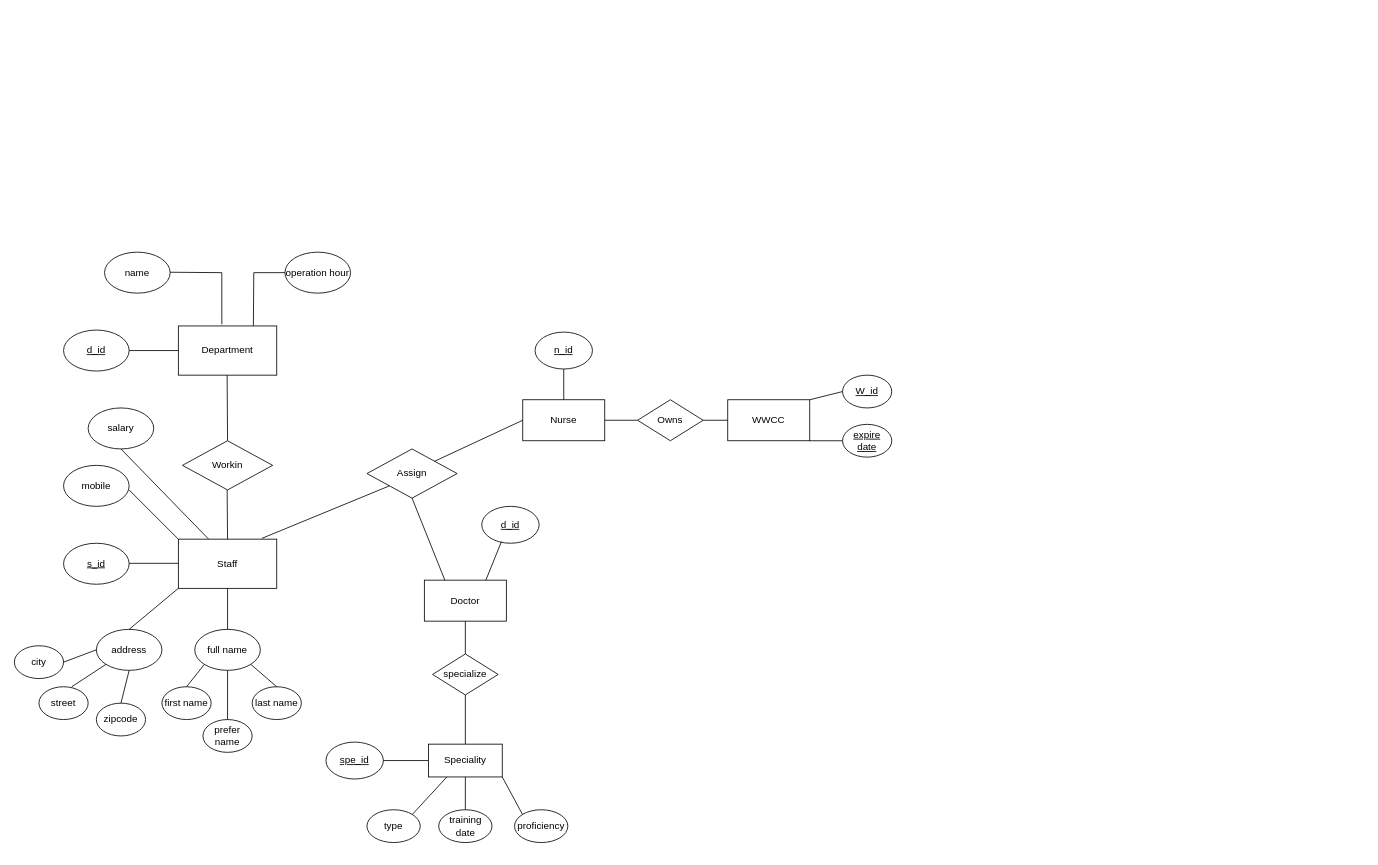
Above: COMP9120 Assignment 1 E-R diagram.drawio in Hu1999824/hello-world (draw.io), before the change. Source tidied: cells renumbered, new cells numbered last; positions are measured from the earlier drawing's top-left corner, leaving out a move shared by most shapes. Both pictures are drawn from the tidied source at 82%, with x=0, y=0 at pixel (14, 252).
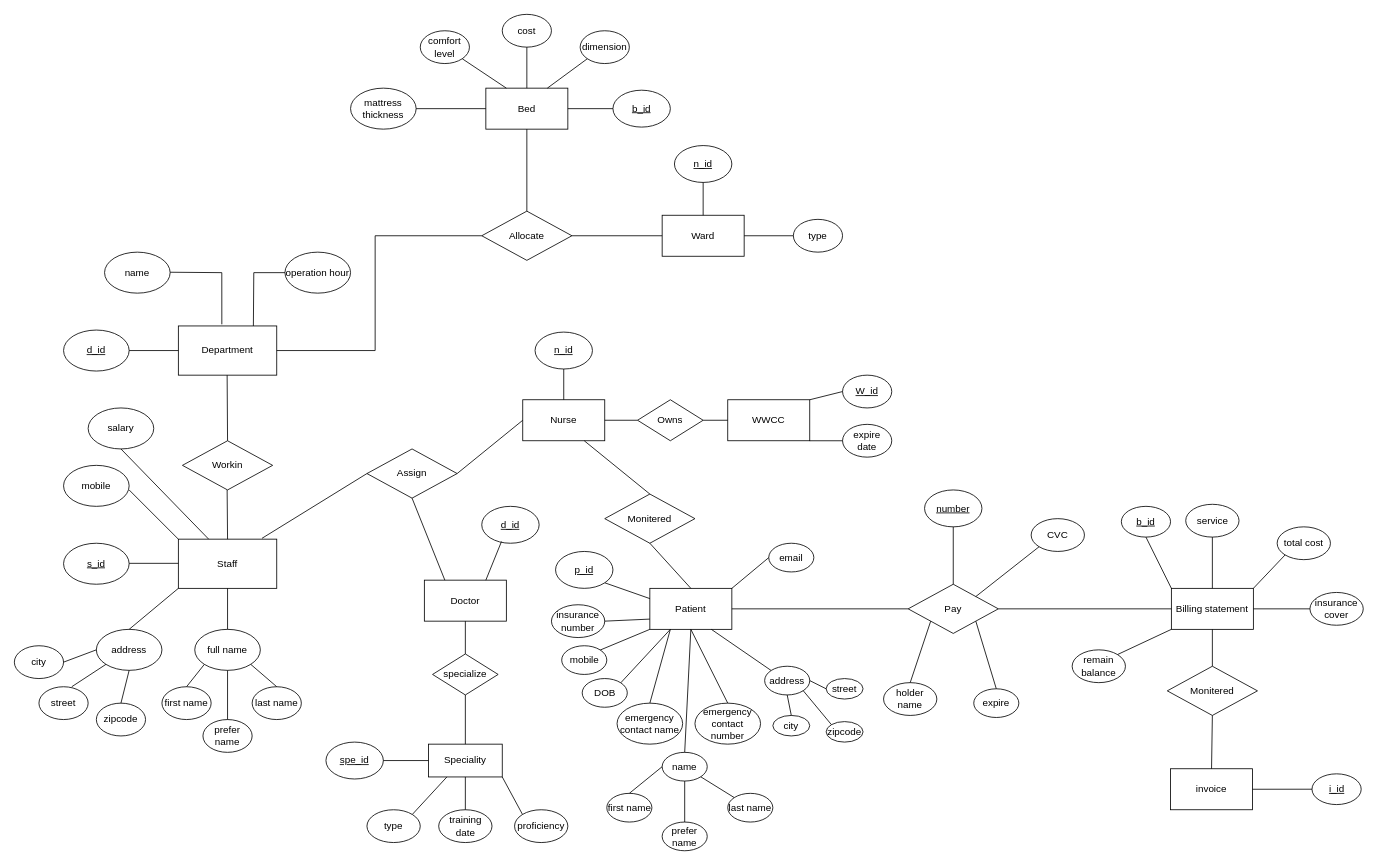
Above is the later version.

Unchanged cells that the change refers to:
```xml
<mxCell id="2" value="Department" style="rounded=0;whiteSpace=wrap;html=1;" parent="1" vertex="1">
  <mxGeometry x="200" y="90" width="120" height="60" as="geometry" />
</mxCell>
<mxCell id="9" value="Staff" style="rounded=0;whiteSpace=wrap;html=1;" parent="1" vertex="1">
  <mxGeometry x="200" y="350" width="120" height="60" as="geometry" />
</mxCell>
<mxCell id="35" value="Assign" style="rhombus;whiteSpace=wrap;html=1;" parent="1" vertex="1">
  <mxGeometry x="430" y="240" width="110" height="60" as="geometry" />
</mxCell>
<mxCell id="37" value="Nurse" style="rounded=0;whiteSpace=wrap;html=1;" parent="1" vertex="1">
  <mxGeometry x="620" y="180" width="100" height="50" as="geometry" />
</mxCell>
```

What changed in the source:
```diff
@@
-    <mxCell id="36" style="endArrow=none;html=1;rounded=0;entryX=0;entryY=1;entryDx=0;entryDy=0;exitX=0.85;exitY=-0.017;exitDx=0;exitDy=0;exitPerimeter=0;" parent="1" edge="1" source="9" target="35">
+    <mxCell id="36" style="endArrow=none;html=1;rounded=0;entryX=0;entryY=0.5;entryDx=0;entryDy=0;exitX=0.85;exitY=-0.017;exitDx=0;exitDy=0;exitPerimeter=0;" parent="1" edge="1" source="9" target="35">
       <mxGeometry relative="1" as="geometry" />
     </mxCell>
@@
-    <mxCell id="38" style="endArrow=none;html=1;rounded=0;entryX=0;entryY=0.5;entryDx=0;entryDy=0;exitX=1;exitY=0;exitDx=0;exitDy=0;" parent="1" edge="1" source="35" target="37">
+    <mxCell id="38" style="endArrow=none;html=1;rounded=0;entryX=0;entryY=0.5;entryDx=0;entryDy=0;exitX=1;exitY=0.5;exitDx=0;exitDy=0;" parent="1" edge="1" source="35" target="37">
       <mxGeometry relative="1" as="geometry" />
     </mxCell>
@@
-    <mxCell id="44" value="&lt;u&gt;expire date&lt;/u&gt;" style="ellipse;whiteSpace=wrap;html=1;" parent="1" vertex="1">
+    <mxCell id="44" value="expire date" style="ellipse;whiteSpace=wrap;html=1;" parent="1" vertex="1">
       <mxGeometry x="1010" y="210" width="60" height="40" as="geometry" />
     </mxCell>
@@
+    <mxCell id="65" value="Allocate" style="rhombus;whiteSpace=wrap;html=1;" parent="1" vertex="1">
+      <mxGeometry x="570" y="-50" width="110" height="60" as="geometry" />
+    </mxCell>
+    <mxCell id="66" style="endArrow=none;html=1;rounded=0;exitX=1;exitY=0.5;exitDx=0;exitDy=0;entryX=0;entryY=0.5;entryDx=0;entryDy=0;" parent="1" edge="1" source="2" target="65">
+      <mxGeometry relative="1" as="geometry">
+        <Array as="points">
+          <mxPoint x="440" y="120" />
+          <mxPoint x="440" y="-20" />
+        </Array>
+      </mxGeometry>
+    </mxCell>
+    <mxCell id="67" value="Ward" style="rounded=0;whiteSpace=wrap;html=1;" parent="1" vertex="1">
+      <mxGeometry x="790" y="-45" width="100" height="50" as="geometry" />
+    </mxCell>
+    <mxCell id="68" style="endArrow=none;html=1;rounded=0;exitX=1;exitY=0.5;exitDx=0;exitDy=0;entryX=0;entryY=0.5;entryDx=0;entryDy=0;" parent="1" edge="1" source="65" target="67">
+      <mxGeometry relative="1" as="geometry" />
+    </mxCell>
+    <mxCell id="69" value="&lt;u&gt;n_id&lt;/u&gt;" style="ellipse;whiteSpace=wrap;html=1;" parent="1" vertex="1">
+      <mxGeometry x="805" y="-130" width="70" height="45" as="geometry" />
+    </mxCell>
+    <mxCell id="70" style="endArrow=none;html=1;rounded=0;exitX=0.5;exitY=0;exitDx=0;exitDy=0;entryX=0.5;entryY=1;entryDx=0;entryDy=0;" parent="1" edge="1" source="67" target="69">
+      <mxGeometry relative="1" as="geometry" />
+    </mxCell>
+    <mxCell id="71" value="type" style="ellipse;whiteSpace=wrap;html=1;" parent="1" vertex="1">
+      <mxGeometry x="950" y="-40" width="60" height="40" as="geometry" />
+    </mxCell>
+    <mxCell id="72" style="endArrow=none;html=1;rounded=0;exitX=1;exitY=0.5;exitDx=0;exitDy=0;entryX=0;entryY=0.5;entryDx=0;entryDy=0;" parent="1" edge="1" source="67" target="71">
+      <mxGeometry relative="1" as="geometry" />
+    </mxCell>
+    <mxCell id="73" value="Bed" style="rounded=0;whiteSpace=wrap;html=1;" parent="1" vertex="1">
+      <mxGeometry x="575" y="-200" width="100" height="50" as="geometry" />
+    </mxCell>
+    <mxCell id="74" style="endArrow=none;html=1;rounded=0;exitX=0.5;exitY=0;exitDx=0;exitDy=0;entryX=0.5;entryY=1;entryDx=0;entryDy=0;" parent="1" edge="1" source="65" target="73">
+      <mxGeometry relative="1" as="geometry" />
+    </mxCell>
+    <mxCell id="75" value="&lt;u&gt;b_id&lt;/u&gt;" style="ellipse;whiteSpace=wrap;html=1;" parent="1" vertex="1">
+      <mxGeometry x="730" y="-197.5" width="70" height="45" as="geometry" />
+    </mxCell>
+    <mxCell id="76" style="endArrow=none;html=1;rounded=0;exitX=1;exitY=0.5;exitDx=0;exitDy=0;entryX=0;entryY=0.5;entryDx=0;entryDy=0;" parent="1" edge="1" source="73" target="75">
+      <mxGeometry relative="1" as="geometry" />
+    </mxCell>
+    <mxCell id="77" value="dimension" style="ellipse;whiteSpace=wrap;html=1;" parent="1" vertex="1">
+      <mxGeometry x="690" y="-270" width="60" height="40" as="geometry" />
+    </mxCell>
+    <mxCell id="78" style="endArrow=none;html=1;rounded=0;exitX=0.75;exitY=0;exitDx=0;exitDy=0;entryX=0;entryY=1;entryDx=0;entryDy=0;" parent="1" edge="1" source="73" target="77">
+      <mxGeometry relative="1" as="geometry" />
+    </mxCell>
+    <mxCell id="79" value="cost" style="ellipse;whiteSpace=wrap;html=1;" parent="1" vertex="1">
+      <mxGeometry x="595" y="-290" width="60" height="40" as="geometry" />
+    </mxCell>
+    <mxCell id="80" style="endArrow=none;html=1;rounded=0;exitX=0.5;exitY=0;exitDx=0;exitDy=0;entryX=0.5;entryY=1;entryDx=0;entryDy=0;" parent="1" edge="1" source="73" target="79">
+      <mxGeometry relative="1" as="geometry" />
+    </mxCell>
+    <mxCell id="81" value="comfort level" style="ellipse;whiteSpace=wrap;html=1;" parent="1" vertex="1">
+      <mxGeometry x="495" y="-270" width="60" height="40" as="geometry" />
+    </mxCell>
+    <mxCell id="82" style="endArrow=none;html=1;rounded=0;exitX=0.25;exitY=0;exitDx=0;exitDy=0;entryX=1;entryY=1;entryDx=0;entryDy=0;" parent="1" edge="1" source="73" target="81">
+      <mxGeometry relative="1" as="geometry" />
+    </mxCell>
+    <mxCell id="83" value="mattress thickness" style="ellipse;whiteSpace=wrap;html=1;" parent="1" vertex="1">
+      <mxGeometry x="410" y="-200" width="80" height="50" as="geometry" />
+    </mxCell>
+    <mxCell id="84" style="endArrow=none;html=1;rounded=0;exitX=1;exitY=0.5;exitDx=0;exitDy=0;entryX=0;entryY=0.5;entryDx=0;entryDy=0;" parent="1" edge="1" source="83" target="73">
+      <mxGeometry relative="1" as="geometry" />
+    </mxCell>
+    <mxCell id="85" value="Patient" style="rounded=0;whiteSpace=wrap;html=1;" parent="1" vertex="1">
+      <mxGeometry x="775" y="410" width="100" height="50" as="geometry" />
+    </mxCell>
+    <mxCell id="86" value="Monitered" style="rhombus;whiteSpace=wrap;html=1;" parent="1" vertex="1">
+      <mxGeometry x="720" y="295" width="110" height="60" as="geometry" />
+    </mxCell>
+    <mxCell id="87" style="endArrow=none;html=1;rounded=0;exitX=0.75;exitY=1;exitDx=0;exitDy=0;entryX=0.5;entryY=0;entryDx=0;entryDy=0;" parent="1" edge="1" source="37" target="86">
+      <mxGeometry relative="1" as="geometry" />
+    </mxCell>
+    <mxCell id="88" value="&lt;u&gt;p_id&lt;/u&gt;" style="ellipse;whiteSpace=wrap;html=1;" parent="1" vertex="1">
+      <mxGeometry x="660" y="365" width="70" height="45" as="geometry" />
+    </mxCell>
+    <mxCell id="89" style="endArrow=none;html=1;rounded=0;exitX=1;exitY=1;exitDx=0;exitDy=0;entryX=0;entryY=0.25;entryDx=0;entryDy=0;" parent="1" edge="1" source="88" target="85">
+      <mxGeometry relative="1" as="geometry" />
+    </mxCell>
+    <mxCell id="90" value="insurance number" style="ellipse;whiteSpace=wrap;html=1;" parent="1" vertex="1">
+      <mxGeometry x="655" y="430" width="65" height="40" as="geometry" />
+    </mxCell>
+    <mxCell id="91" style="endArrow=none;html=1;rounded=0;entryX=0;entryY=0.75;entryDx=0;entryDy=0;exitX=1;exitY=0.5;exitDx=0;exitDy=0;" parent="1" edge="1" source="90" target="85">
+      <mxGeometry relative="1" as="geometry" />
+    </mxCell>
+    <mxCell id="92" style="endArrow=none;html=1;rounded=0;exitX=0.5;exitY=1;exitDx=0;exitDy=0;entryX=0.5;entryY=0;entryDx=0;entryDy=0;" parent="1" edge="1" source="86" target="85">
+      <mxGeometry relative="1" as="geometry" />
+    </mxCell>
+    <mxCell id="93" value="mobile" style="ellipse;whiteSpace=wrap;html=1;" parent="1" vertex="1">
+      <mxGeometry x="667.5" y="480" width="55" height="35" as="geometry" />
+    </mxCell>
+    <mxCell id="94" style="endArrow=none;html=1;rounded=0;exitX=1;exitY=0;exitDx=0;exitDy=0;entryX=0;entryY=1;entryDx=0;entryDy=0;" parent="1" edge="1" source="93" target="85">
+      <mxGeometry relative="1" as="geometry" />
+    </mxCell>
+    <mxCell id="95" value="DOB" style="ellipse;whiteSpace=wrap;html=1;" parent="1" vertex="1">
+      <mxGeometry x="692.5" y="520" width="55" height="35" as="geometry" />
+    </mxCell>
+    <mxCell id="96" style="endArrow=none;html=1;rounded=0;exitX=1;exitY=0;exitDx=0;exitDy=0;entryX=0.25;entryY=1;entryDx=0;entryDy=0;" parent="1" edge="1" source="95" target="85">
+      <mxGeometry relative="1" as="geometry" />
+    </mxCell>
+    <mxCell id="97" value="emergency contact name" style="ellipse;whiteSpace=wrap;html=1;" parent="1" vertex="1">
+      <mxGeometry x="735" y="550" width="80" height="50" as="geometry" />
+    </mxCell>
+    <mxCell id="98" style="endArrow=none;html=1;rounded=0;exitX=0.5;exitY=0;exitDx=0;exitDy=0;entryX=0.25;entryY=1;entryDx=0;entryDy=0;" parent="1" edge="1" source="97" target="85">
+      <mxGeometry relative="1" as="geometry" />
+    </mxCell>
+    <mxCell id="99" value="emergency contact number" style="ellipse;whiteSpace=wrap;html=1;" parent="1" vertex="1">
+      <mxGeometry x="830" y="550" width="80" height="50" as="geometry" />
+    </mxCell>
+    <mxCell id="100" style="endArrow=none;html=1;rounded=0;exitX=0.5;exitY=0;exitDx=0;exitDy=0;entryX=0.5;entryY=1;entryDx=0;entryDy=0;" parent="1" edge="1" source="99" target="85">
+      <mxGeometry relative="1" as="geometry" />
+    </mxCell>
+    <mxCell id="101" value="name" style="ellipse;whiteSpace=wrap;html=1;" parent="1" vertex="1">
+      <mxGeometry x="790" y="610" width="55" height="35" as="geometry" />
+    </mxCell>
+    <mxCell id="102" style="endArrow=none;html=1;rounded=0;exitX=0.5;exitY=0;exitDx=0;exitDy=0;entryX=0.5;entryY=1;entryDx=0;entryDy=0;" parent="1" edge="1" source="101" target="85">
+      <mxGeometry relative="1" as="geometry" />
+    </mxCell>
+    <mxCell id="103" value="first name" style="ellipse;whiteSpace=wrap;html=1;" parent="1" vertex="1">
+      <mxGeometry x="722.5" y="660" width="55" height="35" as="geometry" />
+    </mxCell>
+    <mxCell id="104" style="endArrow=none;html=1;rounded=0;exitX=0.5;exitY=0;exitDx=0;exitDy=0;entryX=0;entryY=0.5;entryDx=0;entryDy=0;" parent="1" edge="1" source="103" target="101">
+      <mxGeometry relative="1" as="geometry" />
+    </mxCell>
+    <mxCell id="105" value="prefer name" style="ellipse;whiteSpace=wrap;html=1;" parent="1" vertex="1">
+      <mxGeometry x="790" y="695" width="55" height="35" as="geometry" />
+    </mxCell>
+    <mxCell id="106" style="endArrow=none;html=1;rounded=0;exitX=0.5;exitY=0;exitDx=0;exitDy=0;entryX=0.5;entryY=1;entryDx=0;entryDy=0;" parent="1" edge="1" source="105" target="101">
+      <mxGeometry relative="1" as="geometry" />
+    </mxCell>
+    <mxCell id="107" value="last name" style="ellipse;whiteSpace=wrap;html=1;" parent="1" vertex="1">
+      <mxGeometry x="870" y="660" width="55" height="35" as="geometry" />
+    </mxCell>
+    <mxCell id="108" style="endArrow=none;html=1;rounded=0;exitX=0;exitY=0;exitDx=0;exitDy=0;entryX=1;entryY=1;entryDx=0;entryDy=0;" parent="1" edge="1" source="107" target="101">
+      <mxGeometry relative="1" as="geometry" />
+    </mxCell>
+    <mxCell id="109" value="address" style="ellipse;whiteSpace=wrap;html=1;" parent="1" vertex="1">
+      <mxGeometry x="915" y="505" width="55" height="35" as="geometry" />
+    </mxCell>
+    <mxCell id="110" style="endArrow=none;html=1;rounded=0;exitX=0;exitY=0;exitDx=0;exitDy=0;entryX=0.75;entryY=1;entryDx=0;entryDy=0;" parent="1" edge="1" source="109" target="85">
+      <mxGeometry relative="1" as="geometry" />
+    </mxCell>
+    <mxCell id="111" value="city" style="ellipse;whiteSpace=wrap;html=1;" parent="1" vertex="1">
+      <mxGeometry x="925" y="565" width="45" height="25" as="geometry" />
+    </mxCell>
+    <mxCell id="112" style="endArrow=none;html=1;rounded=0;exitX=0.5;exitY=0;exitDx=0;exitDy=0;entryX=0.5;entryY=1;entryDx=0;entryDy=0;" parent="1" edge="1" source="111" target="109">
+      <mxGeometry relative="1" as="geometry" />
+    </mxCell>
+    <mxCell id="113" value="street" style="ellipse;whiteSpace=wrap;html=1;" parent="1" vertex="1">
+      <mxGeometry x="990" y="520" width="45" height="25" as="geometry" />
+    </mxCell>
+    <mxCell id="114" style="endArrow=none;html=1;rounded=0;exitX=1;exitY=0.5;exitDx=0;exitDy=0;entryX=0;entryY=0.5;entryDx=0;entryDy=0;" parent="1" edge="1" source="109" target="113">
+      <mxGeometry relative="1" as="geometry" />
+    </mxCell>
+    <mxCell id="115" value="zipcode" style="ellipse;whiteSpace=wrap;html=1;" parent="1" vertex="1">
+      <mxGeometry x="990" y="572.5" width="45" height="25" as="geometry" />
+    </mxCell>
+    <mxCell id="116" style="endArrow=none;html=1;rounded=0;exitX=1;exitY=1;exitDx=0;exitDy=0;entryX=0;entryY=0;entryDx=0;entryDy=0;" parent="1" edge="1" source="109" target="115">
+      <mxGeometry relative="1" as="geometry" />
+    </mxCell>
+    <mxCell id="117" value="email" style="ellipse;whiteSpace=wrap;html=1;" parent="1" vertex="1">
+      <mxGeometry x="920" y="355" width="55" height="35" as="geometry" />
+    </mxCell>
+    <mxCell id="118" style="endArrow=none;html=1;rounded=0;exitX=1;exitY=0;exitDx=0;exitDy=0;entryX=0;entryY=0.5;entryDx=0;entryDy=0;" parent="1" edge="1" source="85" target="117">
+      <mxGeometry relative="1" as="geometry" />
+    </mxCell>
+    <mxCell id="119" value="Pay" style="rhombus;whiteSpace=wrap;html=1;" parent="1" vertex="1">
+      <mxGeometry x="1090" y="405" width="110" height="60" as="geometry" />
+    </mxCell>
+    <mxCell id="120" style="endArrow=none;html=1;rounded=0;exitX=1;exitY=0.5;exitDx=0;exitDy=0;entryX=0;entryY=0.5;entryDx=0;entryDy=0;" parent="1" edge="1" source="85" target="119">
+      <mxGeometry relative="1" as="geometry" />
+    </mxCell>
+    <mxCell id="121" value="&lt;u&gt;number&lt;/u&gt;" style="ellipse;whiteSpace=wrap;html=1;" parent="1" vertex="1">
+      <mxGeometry x="1110" y="290" width="70" height="45" as="geometry" />
+    </mxCell>
+    <mxCell id="122" style="endArrow=none;html=1;rounded=0;exitX=0.5;exitY=0;exitDx=0;exitDy=0;entryX=0.5;entryY=1;entryDx=0;entryDy=0;" parent="1" edge="1" source="119" target="121">
+      <mxGeometry relative="1" as="geometry" />
+    </mxCell>
+    <mxCell id="123" value="CVC" style="ellipse;whiteSpace=wrap;html=1;" parent="1" vertex="1">
+      <mxGeometry x="1240" y="325" width="65" height="40" as="geometry" />
+    </mxCell>
+    <mxCell id="124" style="endArrow=none;html=1;rounded=0;entryX=0;entryY=1;entryDx=0;entryDy=0;exitX=1;exitY=0;exitDx=0;exitDy=0;" parent="1" edge="1" source="119" target="123">
+      <mxGeometry relative="1" as="geometry" />
+    </mxCell>
+    <mxCell id="125" value="holder name" style="ellipse;whiteSpace=wrap;html=1;" parent="1" vertex="1">
+      <mxGeometry x="1060" y="525" width="65" height="40" as="geometry" />
+    </mxCell>
+    <mxCell id="126" style="endArrow=none;html=1;rounded=0;exitX=0.5;exitY=0;exitDx=0;exitDy=0;entryX=0;entryY=1;entryDx=0;entryDy=0;" parent="1" edge="1" source="125" target="119">
+      <mxGeometry relative="1" as="geometry" />
+    </mxCell>
+    <mxCell id="127" value="expire" style="ellipse;whiteSpace=wrap;html=1;" parent="1" vertex="1">
+      <mxGeometry x="1170" y="532.5" width="55" height="35" as="geometry" />
+    </mxCell>
+    <mxCell id="128" style="endArrow=none;html=1;rounded=0;exitX=1;exitY=1;exitDx=0;exitDy=0;entryX=0.5;entryY=0;entryDx=0;entryDy=0;" parent="1" edge="1" source="119" target="127">
+      <mxGeometry relative="1" as="geometry" />
+    </mxCell>
+    <mxCell id="129" value="Billing statement" style="rounded=0;whiteSpace=wrap;html=1;" parent="1" vertex="1">
+      <mxGeometry x="1411" y="410" width="100" height="50" as="geometry" />
+    </mxCell>
+    <mxCell id="130" value="&lt;u&gt;b_id&lt;/u&gt;" style="ellipse;whiteSpace=wrap;html=1;" parent="1" vertex="1">
+      <mxGeometry x="1350" y="310" width="60" height="37.5" as="geometry" />
+    </mxCell>
+    <mxCell id="131" style="endArrow=none;html=1;rounded=0;entryX=0.5;entryY=1;entryDx=0;entryDy=0;exitX=0;exitY=0;exitDx=0;exitDy=0;" parent="1" edge="1" source="129" target="130">
+      <mxGeometry relative="1" as="geometry" />
+    </mxCell>
+    <mxCell id="132" value="service" style="ellipse;whiteSpace=wrap;html=1;" parent="1" vertex="1">
+      <mxGeometry x="1428.5" y="307.5" width="65" height="40" as="geometry" />
+    </mxCell>
+    <mxCell id="133" style="endArrow=none;html=1;rounded=0;exitX=0.5;exitY=0;exitDx=0;exitDy=0;entryX=0.5;entryY=1;entryDx=0;entryDy=0;" parent="1" edge="1" source="129" target="132">
+      <mxGeometry relative="1" as="geometry" />
+    </mxCell>
+    <mxCell id="134" value="total cost" style="ellipse;whiteSpace=wrap;html=1;" parent="1" vertex="1">
+      <mxGeometry x="1540" y="335" width="65" height="40" as="geometry" />
+    </mxCell>
+    <mxCell id="135" style="endArrow=none;html=1;rounded=0;exitX=1;exitY=0;exitDx=0;exitDy=0;entryX=0;entryY=1;entryDx=0;entryDy=0;" parent="1" edge="1" source="129" target="134">
+      <mxGeometry relative="1" as="geometry" />
+    </mxCell>
+    <mxCell id="136" value="insurance cover" style="ellipse;whiteSpace=wrap;html=1;" parent="1" vertex="1">
+      <mxGeometry x="1580" y="415" width="65" height="40" as="geometry" />
+    </mxCell>
+    <mxCell id="137" style="endArrow=none;html=1;rounded=0;exitX=1;exitY=0.5;exitDx=0;exitDy=0;entryX=0;entryY=0.5;entryDx=0;entryDy=0;" parent="1" edge="1" source="129" target="136">
+      <mxGeometry relative="1" as="geometry" />
+    </mxCell>
+    <mxCell id="138" value="remain balance" style="ellipse;whiteSpace=wrap;html=1;" parent="1" vertex="1">
+      <mxGeometry x="1290" y="485" width="65" height="40" as="geometry" />
+    </mxCell>
+    <mxCell id="139" value="Monitered" style="rhombus;whiteSpace=wrap;html=1;" parent="1" vertex="1">
+      <mxGeometry x="1406" y="505" width="110" height="60" as="geometry" />
+    </mxCell>
+    <mxCell id="140" style="endArrow=none;html=1;rounded=0;exitX=1;exitY=0.5;exitDx=0;exitDy=0;entryX=0;entryY=0.5;entryDx=0;entryDy=0;" parent="1" edge="1" source="119" target="129">
+      <mxGeometry relative="1" as="geometry" />
+    </mxCell>
+    <mxCell id="141" style="endArrow=none;html=1;rounded=0;exitX=1;exitY=0;exitDx=0;exitDy=0;entryX=0;entryY=1;entryDx=0;entryDy=0;" parent="1" edge="1" source="138" target="129">
+      <mxGeometry relative="1" as="geometry" />
+    </mxCell>
+    <mxCell id="142" style="endArrow=none;html=1;rounded=0;exitX=0.5;exitY=0;exitDx=0;exitDy=0;entryX=0.5;entryY=1;entryDx=0;entryDy=0;" parent="1" edge="1" source="139" target="129">
+      <mxGeometry relative="1" as="geometry" />
+    </mxCell>
+    <mxCell id="143" value="invoice" style="rounded=0;whiteSpace=wrap;html=1;" parent="1" vertex="1">
+      <mxGeometry x="1410" y="630" width="100" height="50" as="geometry" />
+    </mxCell>
+    <mxCell id="144" value="&lt;u&gt;i_id&lt;/u&gt;" style="ellipse;whiteSpace=wrap;html=1;" parent="1" vertex="1">
+      <mxGeometry x="1582.5" y="636.2" width="60" height="37.5" as="geometry" />
+    </mxCell>
+    <mxCell id="145" style="endArrow=none;html=1;rounded=0;entryX=0.5;entryY=1;entryDx=0;entryDy=0;exitX=0.5;exitY=0;exitDx=0;exitDy=0;" parent="1" edge="1" source="143" target="139">
+      <mxGeometry relative="1" as="geometry" />
+    </mxCell>
+    <mxCell id="146" style="endArrow=none;html=1;rounded=0;entryX=0;entryY=0.5;entryDx=0;entryDy=0;exitX=1;exitY=0.5;exitDx=0;exitDy=0;" parent="1" edge="1" source="143" target="144">
+      <mxGeometry relative="1" as="geometry" />
+    </mxCell>
```
